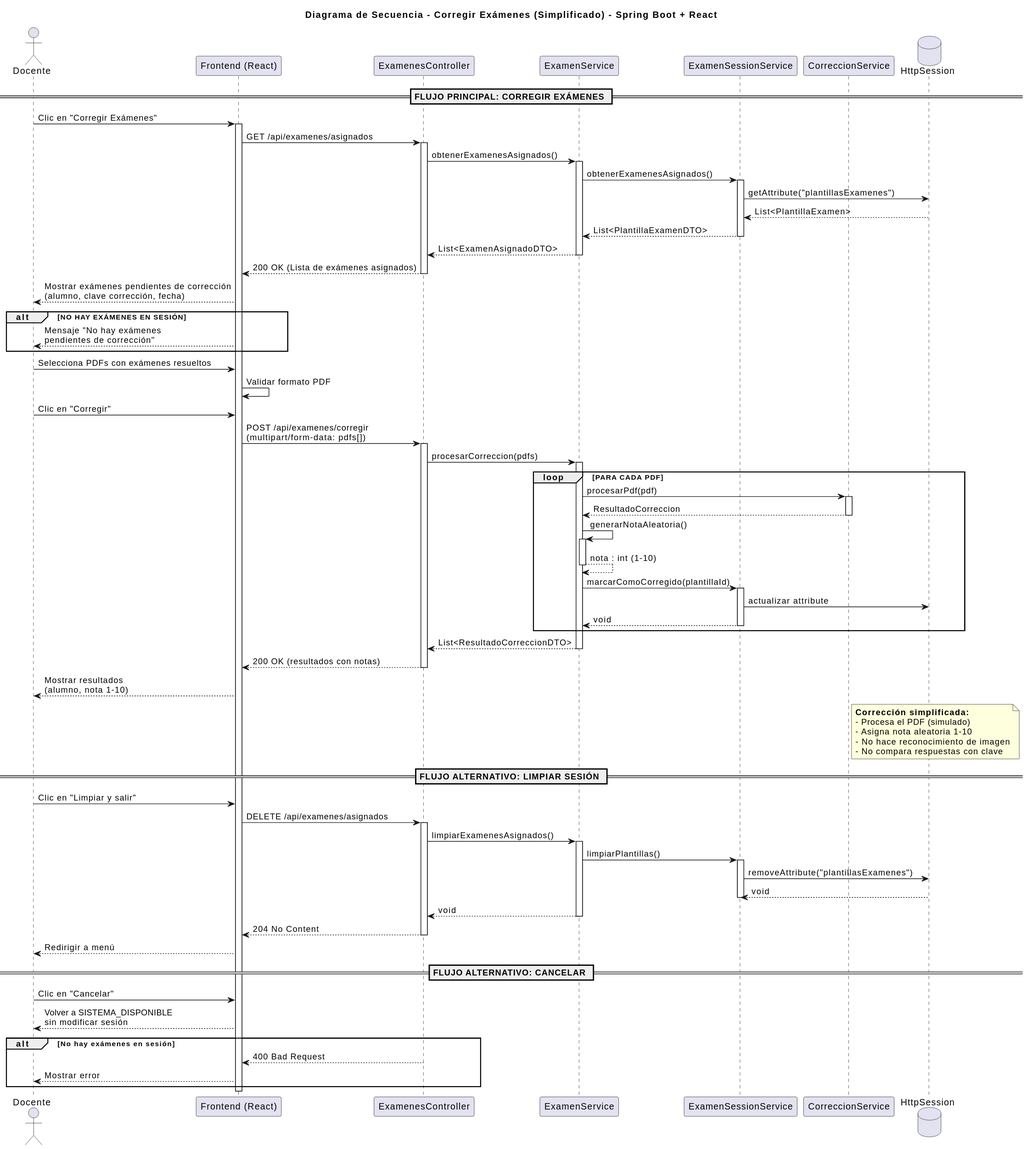
Earlier version of the PlantUML export images/diseño/corregirExamenes/secuencia.svg (martinlopez7/25-26-idsw2-sdVC). The source it was exported from:
```plantuml
@startuml
title Diagrama de Secuencia - Corregir Exámenes (Simplificado) - Spring Boot + React

actor "Docente" as Teacher
participant "Frontend (React)" as FE
participant "ExamenesController" as Controller
participant "ExamenService" as Service
participant "ExamenSessionService" as SessionService
participant "CorreccionService" as CorreccionService
database "HttpSession" as Session

== FLUJO PRINCIPAL: CORREGIR EXÁMENES ==

Teacher -> FE: Clic en "Corregir Exámenes"
activate FE

FE -> Controller: GET /api/examenes/asignados
activate Controller
Controller -> Service: obtenerExamenesAsignados()
activate Service
Service -> SessionService: obtenerExamenesAsignados()
activate SessionService
SessionService -> Session: getAttribute("plantillasExamenes")
Session --> SessionService: List<PlantillaExamen>
SessionService --> Service: List<PlantillaExamenDTO>
deactivate SessionService
Service --> Controller: List<ExamenAsignadoDTO>
deactivate Service
Controller --> FE: 200 OK (Lista de exámenes asignados)
deactivate Controller
FE --> Teacher: Mostrar exámenes pendientes de corrección\n(alumno, clave corrección, fecha)

alt NO HAY EXÁMENES EN SESIÓN
    FE --> Teacher: Mensaje "No hay exámenes\npendientes de corrección"
end

Teacher -> FE: Selecciona PDFs con exámenes resueltos
FE -> FE: Validar formato PDF

Teacher -> FE: Clic en "Corregir"
FE -> Controller: POST /api/examenes/corregir\n(multipart/form-data: pdfs[])
activate Controller
Controller -> Service: procesarCorreccion(pdfs)
activate Service

loop PARA CADA PDF
    Service -> CorreccionService: procesarPdf(pdf)
    activate CorreccionService
    CorreccionService --> Service: ResultadoCorreccion
    deactivate CorreccionService

    Service -> Service: generarNotaAleatoria()
    activate Service
    Service --> Service: nota : int (1-10)
    deactivate Service

    Service -> SessionService: marcarComoCorregido(plantillaId)
    activate SessionService
    SessionService -> Session: actualizar attribute
    SessionService --> Service: void
    deactivate SessionService
end

Service --> Controller: List<ResultadoCorreccionDTO>
deactivate Service
Controller --> FE: 200 OK (resultados con notas)
deactivate Controller
FE --> Teacher: Mostrar resultados\n(alumno, nota 1-10)

note right of CorreccionService
**Corrección simplificada:**
- Procesa el PDF (simulado)
- Asigna nota aleatoria 1-10
- No hace reconocimiento de imagen
- No compara respuestas con clave
end note

== FLUJO ALTERNATIVO: LIMPIAR SESIÓN ==

Teacher -> FE: Clic en "Limpiar y salir"
FE -> Controller: DELETE /api/examenes/asignados
activate Controller
Controller -> Service: limpiarExamenesAsignados()
activate Service
Service -> SessionService: limpiarPlantillas()
activate SessionService
SessionService -> Session: removeAttribute("plantillasExamenes")
Session --> SessionService: void
deactivate SessionService
Service --> Controller: void
deactivate Service
Controller --> FE: 204 No Content
deactivate Controller
FE --> Teacher: Redirigir a menú

== FLUJO ALTERNATIVO: CANCELAR ==

Teacher -> FE: Clic en "Cancelar"
FE --> Teacher: Volver a SISTEMA_DISPONIBLE\nsin modificar sesión

alt No hay exámenes en sesión
    Controller --> FE: 400 Bad Request
    FE --> Teacher: Mostrar error
end

deactivate FE
@enduml
```
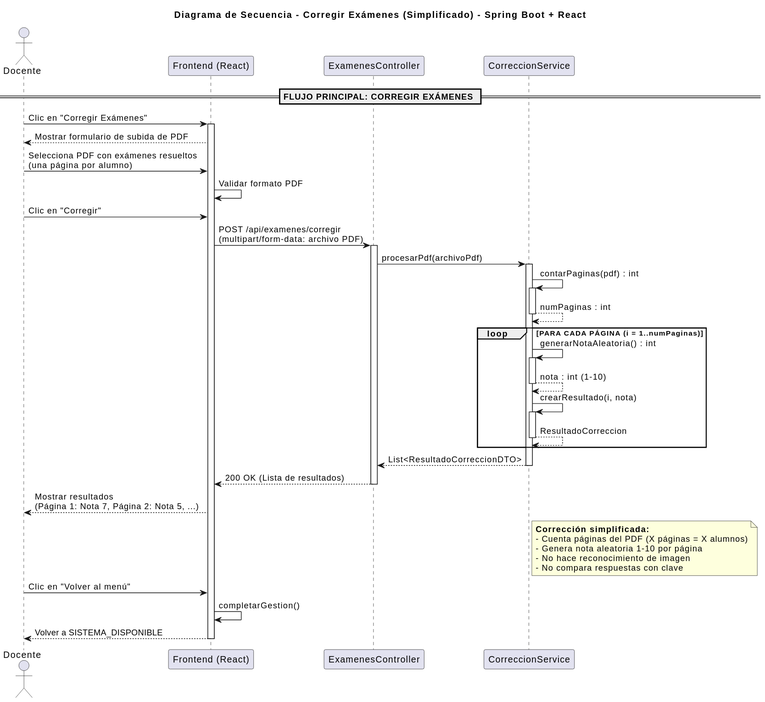
Later version of the same file.

Change to the diagram source:
```diff
@@ -4,104 +4,61 @@
 actor "Docente" as Teacher
 participant "Frontend (React)" as FE
 participant "ExamenesController" as Controller
-participant "ExamenService" as Service
-participant "ExamenSessionService" as SessionService
 participant "CorreccionService" as CorreccionService
-database "HttpSession" as Session
 
 == FLUJO PRINCIPAL: CORREGIR EXÁMENES ==
 
 Teacher -> FE: Clic en "Corregir Exámenes"
 activate FE
 
-FE -> Controller: GET /api/examenes/asignados
-activate Controller
-Controller -> Service: obtenerExamenesAsignados()
-activate Service
-Service -> SessionService: obtenerExamenesAsignados()
-activate SessionService
-SessionService -> Session: getAttribute("plantillasExamenes")
-Session --> SessionService: List<PlantillaExamen>
-SessionService --> Service: List<PlantillaExamenDTO>
-deactivate SessionService
-Service --> Controller: List<ExamenAsignadoDTO>
-deactivate Service
-Controller --> FE: 200 OK (Lista de exámenes asignados)
-deactivate Controller
-FE --> Teacher: Mostrar exámenes pendientes de corrección\n(alumno, clave corrección, fecha)
+FE --> Teacher: Mostrar formulario de subida de PDF
 
-alt NO HAY EXÁMENES EN SESIÓN
-    FE --> Teacher: Mensaje "No hay exámenes\npendientes de corrección"
-end
-
-Teacher -> FE: Selecciona PDFs con exámenes resueltos
+Teacher -> FE: Selecciona PDF con exámenes resueltos\n(una página por alumno)
 FE -> FE: Validar formato PDF
 
 Teacher -> FE: Clic en "Corregir"
-FE -> Controller: POST /api/examenes/corregir\n(multipart/form-data: pdfs[])
+FE -> Controller: POST /api/examenes/corregir\n(multipart/form-data: archivo PDF)
 activate Controller
-Controller -> Service: procesarCorreccion(pdfs)
-activate Service
 
-loop PARA CADA PDF
-    Service -> CorreccionService: procesarPdf(pdf)
+Controller -> CorreccionService: procesarPdf(archivoPdf)
+activate CorreccionService
+
+CorreccionService -> CorreccionService: contarPaginas(pdf) : int
+activate CorreccionService
+CorreccionService --> CorreccionService: numPaginas : int
+deactivate CorreccionService
+
+loop PARA CADA PÁGINA (i = 1..numPaginas)
+    CorreccionService -> CorreccionService: generarNotaAleatoria() : int
     activate CorreccionService
-    CorreccionService --> Service: ResultadoCorreccion
+    CorreccionService --> CorreccionService: nota : int (1-10)
     deactivate CorreccionService
 
-    Service -> Service: generarNotaAleatoria()
-    activate Service
-    Service --> Service: nota : int (1-10)
-    deactivate Service
-
-    Service -> SessionService: marcarComoCorregido(plantillaId)
-    activate SessionService
-    SessionService -> Session: actualizar attribute
-    SessionService --> Service: void
-    deactivate SessionService
+    CorreccionService -> CorreccionService: crearResultado(i, nota)
+    activate CorreccionService
+    CorreccionService --> CorreccionService: ResultadoCorreccion
+    deactivate CorreccionService
 end
 
-Service --> Controller: List<ResultadoCorreccionDTO>
-deactivate Service
-Controller --> FE: 200 OK (resultados con notas)
+CorreccionService --> Controller: List<ResultadoCorreccionDTO>
+deactivate CorreccionService
+
+Controller --> FE: 200 OK (Lista de resultados)
 deactivate Controller
-FE --> Teacher: Mostrar resultados\n(alumno, nota 1-10)
+
+FE --> Teacher: Mostrar resultados\n(Página 1: Nota 7, Página 2: Nota 5, ...)
 
 note right of CorreccionService
 **Corrección simplificada:**
-- Procesa el PDF (simulado)
-- Asigna nota aleatoria 1-10
+- Cuenta páginas del PDF (X páginas = X alumnos)
+- Genera nota aleatoria 1-10 por página
 - No hace reconocimiento de imagen
 - No compara respuestas con clave
 end note
 
-== FLUJO ALTERNATIVO: LIMPIAR SESIÓN ==
-
-Teacher -> FE: Clic en "Limpiar y salir"
-FE -> Controller: DELETE /api/examenes/asignados
-activate Controller
-Controller -> Service: limpiarExamenesAsignados()
-activate Service
-Service -> SessionService: limpiarPlantillas()
-activate SessionService
-SessionService -> Session: removeAttribute("plantillasExamenes")
-Session --> SessionService: void
-deactivate SessionService
-Service --> Controller: void
-deactivate Service
-Controller --> FE: 204 No Content
-deactivate Controller
-FE --> Teacher: Redirigir a menú
-
-== FLUJO ALTERNATIVO: CANCELAR ==
-
-Teacher -> FE: Clic en "Cancelar"
-FE --> Teacher: Volver a SISTEMA_DISPONIBLE\nsin modificar sesión
-
-alt No hay exámenes en sesión
-    Controller --> FE: 400 Bad Request
-    FE --> Teacher: Mostrar error
-end
+Teacher -> FE: Clic en "Volver al menú"
+FE -> FE: completarGestion()
+FE --> Teacher: Volver a SISTEMA_DISPONIBLE
 
 deactivate FE
 @enduml
```
